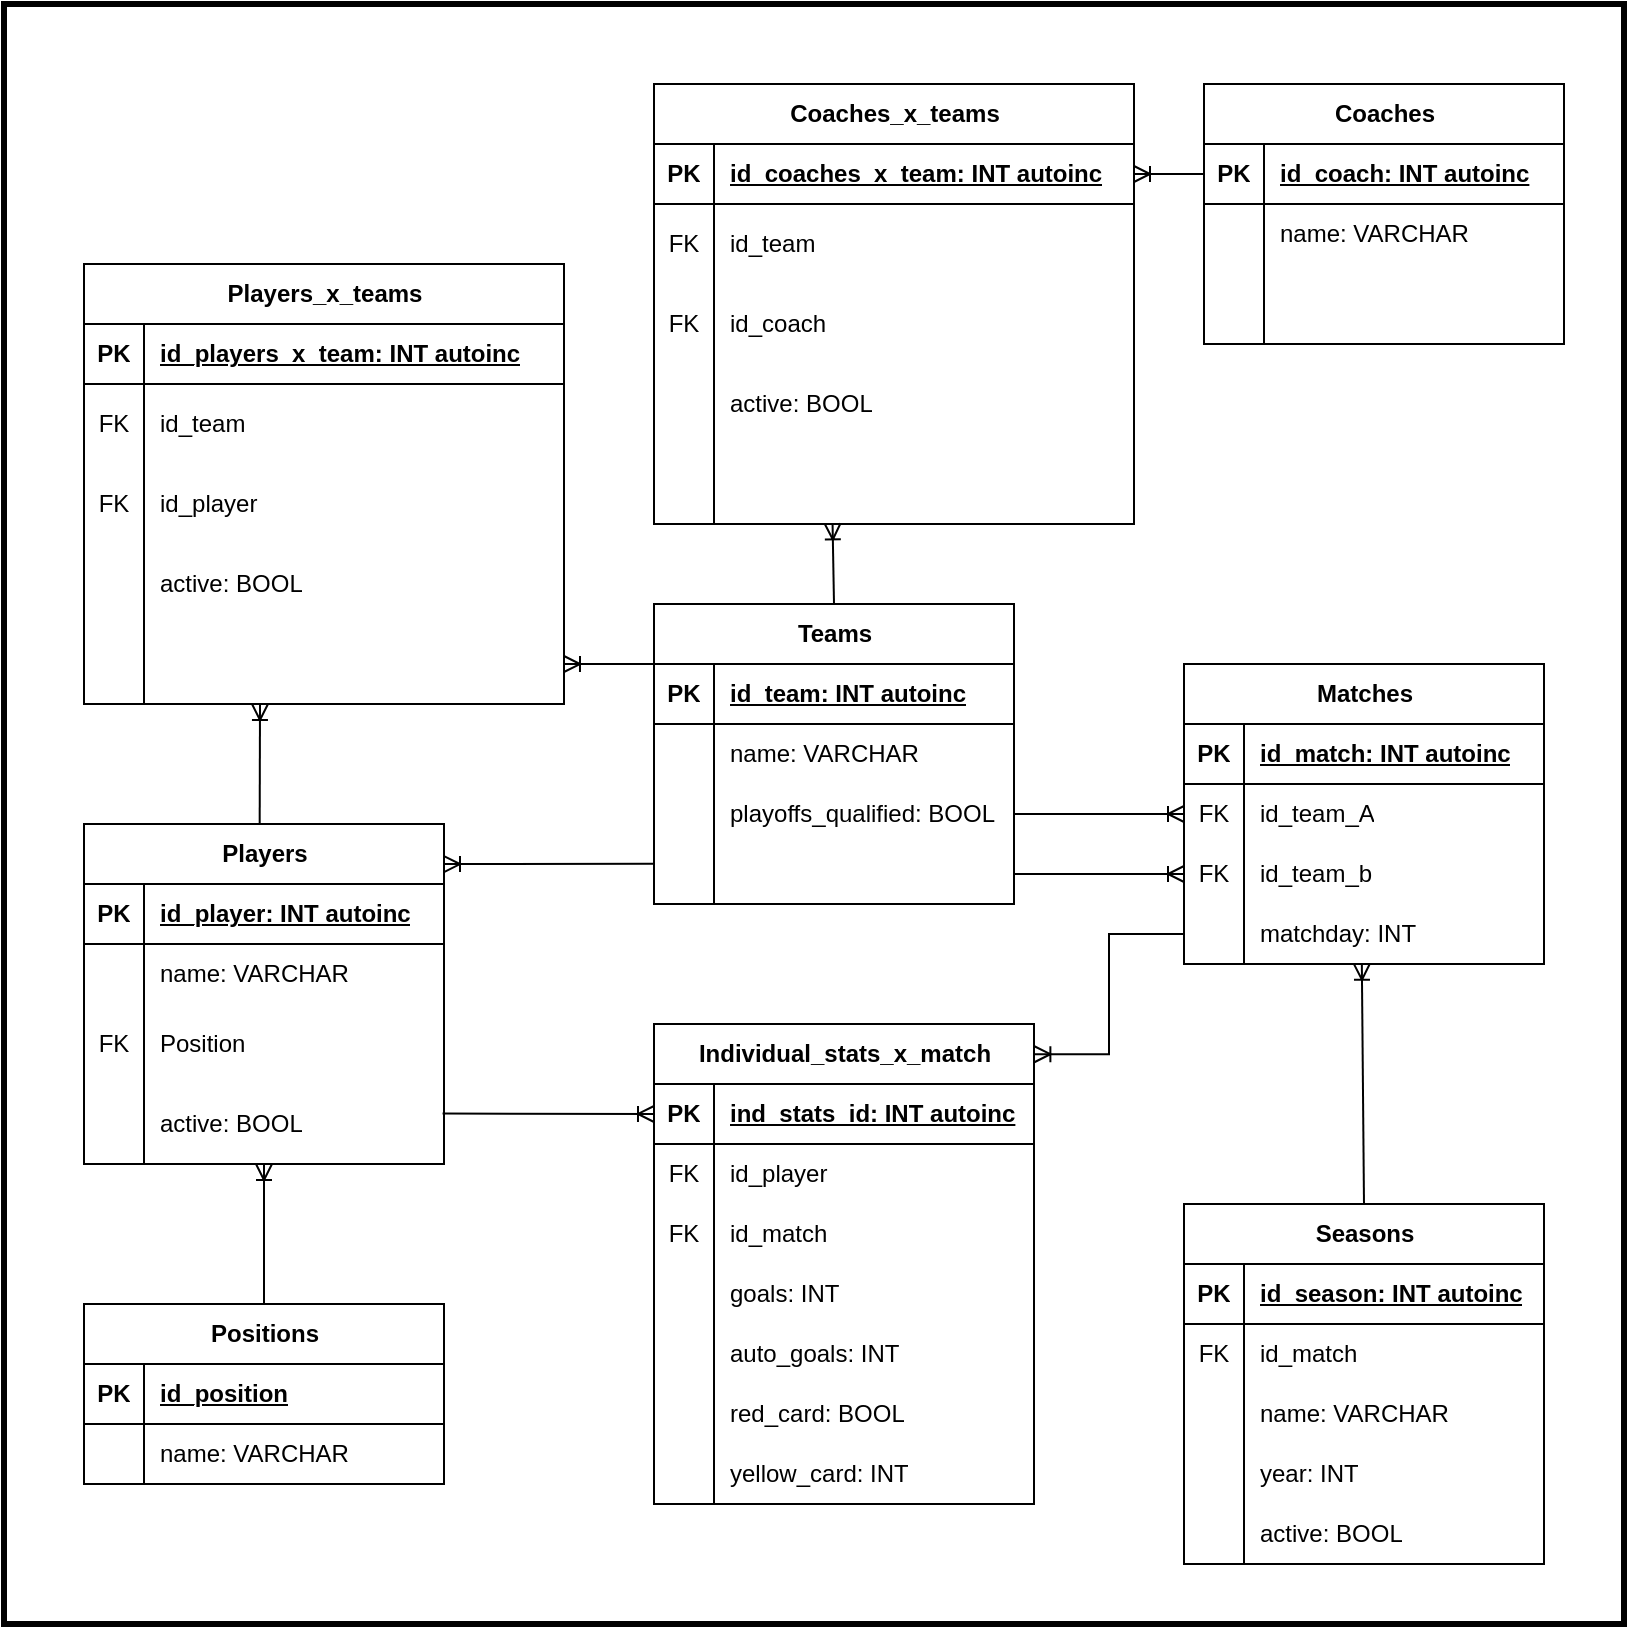
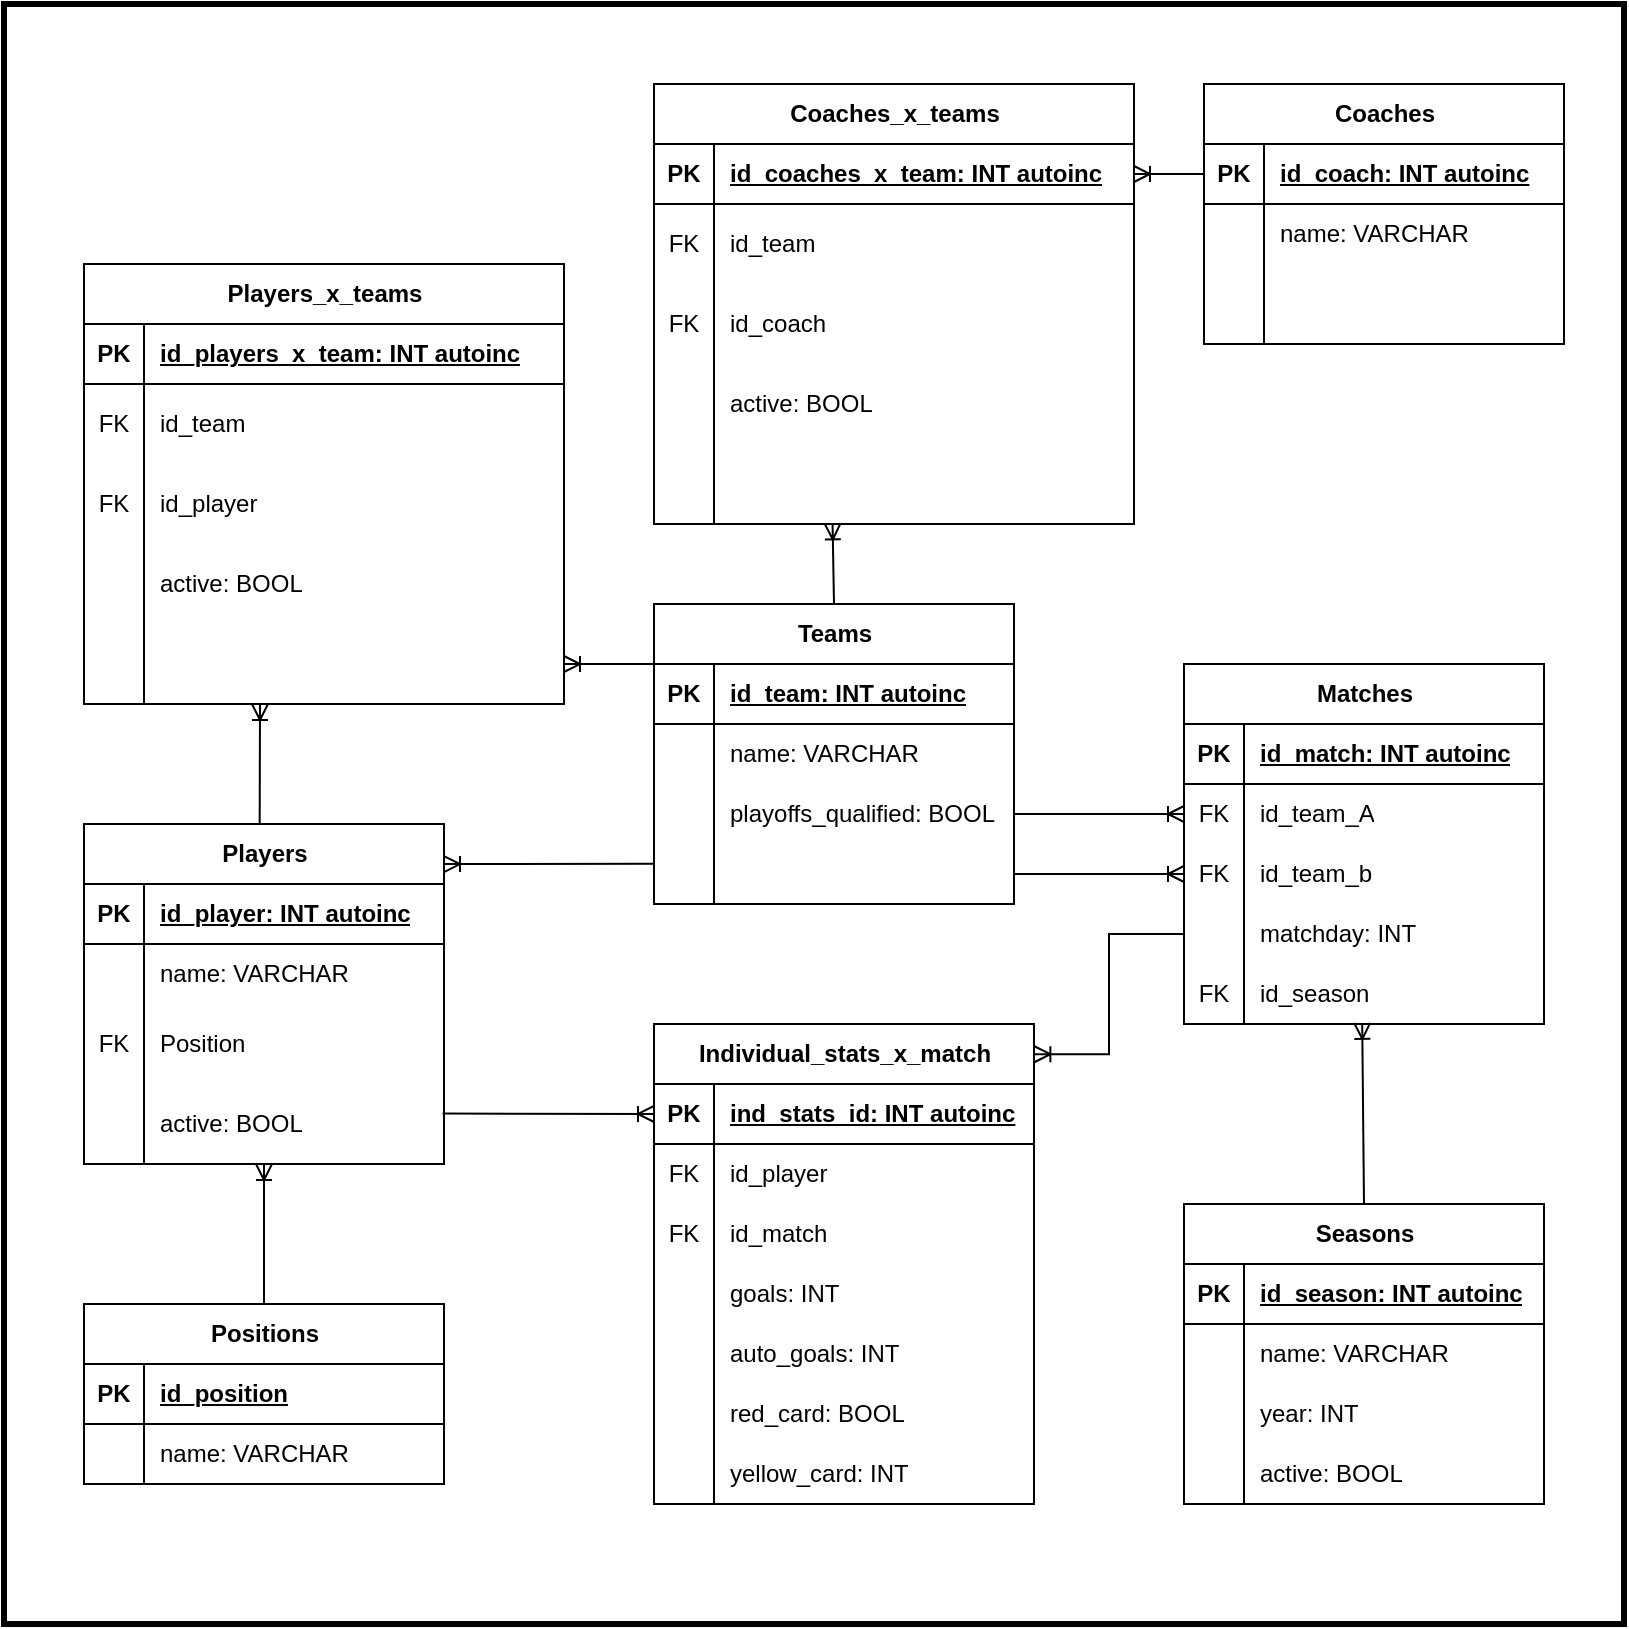
<mxfile host="app.diagrams.net" agent="Mozilla/5.0 (Windows NT 10.0; Win64; x64) AppleWebKit/537.36 (KHTML, like Gecko) Chrome/149.0.0.0 Safari/537.36">
  <diagram name="Página-1" id="vpO7m1MoRpcnGiFFmgYo">
-     <mxGraphModel dx="2544" dy="2106" grid="1" gridSize="10" guides="1" tooltips="1" connect="1" arrows="1" fold="1" page="1" pageScale="1" pageWidth="827" pageHeight="1169" math="0" shadow="0">
+     <mxGraphModel dx="2412" dy="2034" grid="1" gridSize="10" guides="1" tooltips="1" connect="1" arrows="1" fold="1" page="1" pageScale="1" pageWidth="827" pageHeight="1169" math="0" shadow="0">
      <root>
        <mxCell id="0" />
        <mxCell id="1" parent="0" />
        <mxCell id="COtlChf4i6fM39Zu02sT-69" parent="1" style="whiteSpace=wrap;html=1;aspect=fixed;fillColor=none;strokeWidth=3;strokeColor=light-dark(#000000,#FF3333);" value="" vertex="1">
          <mxGeometry height="810" width="810" x="-30" y="-270" as="geometry" />
        </mxCell>
        <mxCell id="N5nYl-CnnqvbXy01Apbg-4" parent="1" style="shape=table;startSize=30;container=1;collapsible=1;childLayout=tableLayout;fixedRows=1;rowLines=0;fontStyle=1;align=center;resizeLast=1;html=1;" value="Players" vertex="1">
          <mxGeometry height="170" width="180" x="10" y="140" as="geometry" />
        </mxCell>
        <mxCell id="N5nYl-CnnqvbXy01Apbg-5" parent="N5nYl-CnnqvbXy01Apbg-4" style="shape=tableRow;horizontal=0;startSize=0;swimlaneHead=0;swimlaneBody=0;fillColor=none;collapsible=0;dropTarget=0;points=[[0,0.5],[1,0.5]];portConstraint=eastwest;top=0;left=0;right=0;bottom=1;" value="" vertex="1">
          <mxGeometry height="30" width="180" y="30" as="geometry" />
        </mxCell>
        <mxCell id="N5nYl-CnnqvbXy01Apbg-6" parent="N5nYl-CnnqvbXy01Apbg-5" style="shape=partialRectangle;connectable=0;fillColor=none;top=0;left=0;bottom=0;right=0;fontStyle=1;overflow=hidden;whiteSpace=wrap;html=1;" value="PK" vertex="1">
          <mxGeometry height="30" width="30" as="geometry">
            <mxRectangle height="30" width="30" as="alternateBounds" />
          </mxGeometry>
        </mxCell>
        <mxCell id="N5nYl-CnnqvbXy01Apbg-7" parent="N5nYl-CnnqvbXy01Apbg-5" style="shape=partialRectangle;connectable=0;fillColor=none;top=0;left=0;bottom=0;right=0;align=left;spacingLeft=6;fontStyle=5;overflow=hidden;whiteSpace=wrap;html=1;" value="id_player: INT autoinc" vertex="1">
          <mxGeometry height="30" width="150" x="30" as="geometry">
            <mxRectangle height="30" width="150" as="alternateBounds" />
          </mxGeometry>
        </mxCell>
        <mxCell id="N5nYl-CnnqvbXy01Apbg-8" parent="N5nYl-CnnqvbXy01Apbg-4" style="shape=tableRow;horizontal=0;startSize=0;swimlaneHead=0;swimlaneBody=0;fillColor=none;collapsible=0;dropTarget=0;points=[[0,0.5],[1,0.5]];portConstraint=eastwest;top=0;left=0;right=0;bottom=0;" value="" vertex="1">
          <mxGeometry height="30" width="180" y="60" as="geometry" />
        </mxCell>
        <mxCell id="N5nYl-CnnqvbXy01Apbg-9" parent="N5nYl-CnnqvbXy01Apbg-8" style="shape=partialRectangle;connectable=0;fillColor=none;top=0;left=0;bottom=0;right=0;editable=1;overflow=hidden;whiteSpace=wrap;html=1;" value="" vertex="1">
          <mxGeometry height="30" width="30" as="geometry">
            <mxRectangle height="30" width="30" as="alternateBounds" />
          </mxGeometry>
        </mxCell>
        <mxCell id="N5nYl-CnnqvbXy01Apbg-10" parent="N5nYl-CnnqvbXy01Apbg-8" style="shape=partialRectangle;connectable=0;fillColor=none;top=0;left=0;bottom=0;right=0;align=left;spacingLeft=6;overflow=hidden;whiteSpace=wrap;html=1;" value="name: VARCHAR" vertex="1">
          <mxGeometry height="30" width="150" x="30" as="geometry">
            <mxRectangle height="30" width="150" as="alternateBounds" />
          </mxGeometry>
        </mxCell>
        <mxCell id="N5nYl-CnnqvbXy01Apbg-101" parent="N5nYl-CnnqvbXy01Apbg-4" style="shape=tableRow;horizontal=0;startSize=0;swimlaneHead=0;swimlaneBody=0;fillColor=none;collapsible=0;dropTarget=0;points=[[0,0.5],[1,0.5]];portConstraint=eastwest;top=0;left=0;right=0;bottom=0;" value="" vertex="1">
          <mxGeometry height="40" width="180" y="90" as="geometry" />
        </mxCell>
        <mxCell id="N5nYl-CnnqvbXy01Apbg-102" parent="N5nYl-CnnqvbXy01Apbg-101" style="shape=partialRectangle;connectable=0;fillColor=none;top=0;left=0;bottom=0;right=0;editable=1;overflow=hidden;whiteSpace=wrap;html=1;" value="FK" vertex="1">
          <mxGeometry height="40" width="30" as="geometry">
            <mxRectangle height="40" width="30" as="alternateBounds" />
          </mxGeometry>
        </mxCell>
        <mxCell id="N5nYl-CnnqvbXy01Apbg-103" parent="N5nYl-CnnqvbXy01Apbg-101" style="shape=partialRectangle;connectable=0;fillColor=none;top=0;left=0;bottom=0;right=0;align=left;spacingLeft=6;overflow=hidden;whiteSpace=wrap;html=1;" value="Position" vertex="1">
          <mxGeometry height="40" width="150" x="30" as="geometry">
            <mxRectangle height="40" width="150" as="alternateBounds" />
          </mxGeometry>
        </mxCell>
        <mxCell id="N5nYl-CnnqvbXy01Apbg-14" parent="N5nYl-CnnqvbXy01Apbg-4" style="shape=tableRow;horizontal=0;startSize=0;swimlaneHead=0;swimlaneBody=0;fillColor=none;collapsible=0;dropTarget=0;points=[[0,0.5],[1,0.5]];portConstraint=eastwest;top=0;left=0;right=0;bottom=0;" value="" vertex="1">
          <mxGeometry height="40" width="180" y="130" as="geometry" />
        </mxCell>
        <mxCell id="N5nYl-CnnqvbXy01Apbg-15" parent="N5nYl-CnnqvbXy01Apbg-14" style="shape=partialRectangle;connectable=0;fillColor=none;top=0;left=0;bottom=0;right=0;editable=1;overflow=hidden;whiteSpace=wrap;html=1;" value="" vertex="1">
          <mxGeometry height="40" width="30" as="geometry">
            <mxRectangle height="40" width="30" as="alternateBounds" />
          </mxGeometry>
        </mxCell>
        <mxCell id="N5nYl-CnnqvbXy01Apbg-16" parent="N5nYl-CnnqvbXy01Apbg-14" style="shape=partialRectangle;connectable=0;fillColor=none;top=0;left=0;bottom=0;right=0;align=left;spacingLeft=6;overflow=hidden;whiteSpace=wrap;html=1;" value="active: BOOL" vertex="1">
          <mxGeometry height="40" width="150" x="30" as="geometry">
            <mxRectangle height="40" width="150" as="alternateBounds" />
          </mxGeometry>
        </mxCell>
        <mxCell id="N5nYl-CnnqvbXy01Apbg-17" parent="1" style="shape=table;startSize=30;container=1;collapsible=1;childLayout=tableLayout;fixedRows=1;rowLines=0;fontStyle=1;align=center;resizeLast=1;html=1;" value="Teams" vertex="1">
          <mxGeometry height="150" width="180" x="295" y="30" as="geometry" />
        </mxCell>
        <mxCell id="N5nYl-CnnqvbXy01Apbg-18" parent="N5nYl-CnnqvbXy01Apbg-17" style="shape=tableRow;horizontal=0;startSize=0;swimlaneHead=0;swimlaneBody=0;fillColor=none;collapsible=0;dropTarget=0;points=[[0,0.5],[1,0.5]];portConstraint=eastwest;top=0;left=0;right=0;bottom=1;" value="" vertex="1">
          <mxGeometry height="30" width="180" y="30" as="geometry" />
        </mxCell>
        <mxCell id="N5nYl-CnnqvbXy01Apbg-19" parent="N5nYl-CnnqvbXy01Apbg-18" style="shape=partialRectangle;connectable=0;fillColor=none;top=0;left=0;bottom=0;right=0;fontStyle=1;overflow=hidden;whiteSpace=wrap;html=1;" value="PK" vertex="1">
          <mxGeometry height="30" width="30" as="geometry">
            <mxRectangle height="30" width="30" as="alternateBounds" />
          </mxGeometry>
        </mxCell>
        <mxCell id="N5nYl-CnnqvbXy01Apbg-20" parent="N5nYl-CnnqvbXy01Apbg-18" style="shape=partialRectangle;connectable=0;fillColor=none;top=0;left=0;bottom=0;right=0;align=left;spacingLeft=6;fontStyle=5;overflow=hidden;whiteSpace=wrap;html=1;" value="id_team: INT autoinc" vertex="1">
          <mxGeometry height="30" width="150" x="30" as="geometry">
            <mxRectangle height="30" width="150" as="alternateBounds" />
          </mxGeometry>
        </mxCell>
        <mxCell id="N5nYl-CnnqvbXy01Apbg-21" parent="N5nYl-CnnqvbXy01Apbg-17" style="shape=tableRow;horizontal=0;startSize=0;swimlaneHead=0;swimlaneBody=0;fillColor=none;collapsible=0;dropTarget=0;points=[[0,0.5],[1,0.5]];portConstraint=eastwest;top=0;left=0;right=0;bottom=0;" value="" vertex="1">
          <mxGeometry height="30" width="180" y="60" as="geometry" />
        </mxCell>
        <mxCell id="N5nYl-CnnqvbXy01Apbg-22" parent="N5nYl-CnnqvbXy01Apbg-21" style="shape=partialRectangle;connectable=0;fillColor=none;top=0;left=0;bottom=0;right=0;editable=1;overflow=hidden;whiteSpace=wrap;html=1;" value="" vertex="1">
          <mxGeometry height="30" width="30" as="geometry">
            <mxRectangle height="30" width="30" as="alternateBounds" />
          </mxGeometry>
        </mxCell>
        <mxCell id="N5nYl-CnnqvbXy01Apbg-23" parent="N5nYl-CnnqvbXy01Apbg-21" style="shape=partialRectangle;connectable=0;fillColor=none;top=0;left=0;bottom=0;right=0;align=left;spacingLeft=6;overflow=hidden;whiteSpace=wrap;html=1;" value="name: VARCHAR" vertex="1">
          <mxGeometry height="30" width="150" x="30" as="geometry">
            <mxRectangle height="30" width="150" as="alternateBounds" />
          </mxGeometry>
        </mxCell>
        <mxCell id="N5nYl-CnnqvbXy01Apbg-24" parent="N5nYl-CnnqvbXy01Apbg-17" style="shape=tableRow;horizontal=0;startSize=0;swimlaneHead=0;swimlaneBody=0;fillColor=none;collapsible=0;dropTarget=0;points=[[0,0.5],[1,0.5]];portConstraint=eastwest;top=0;left=0;right=0;bottom=0;" value="" vertex="1">
          <mxGeometry height="30" width="180" y="90" as="geometry" />
        </mxCell>
        <mxCell id="N5nYl-CnnqvbXy01Apbg-25" parent="N5nYl-CnnqvbXy01Apbg-24" style="shape=partialRectangle;connectable=0;fillColor=none;top=0;left=0;bottom=0;right=0;editable=1;overflow=hidden;whiteSpace=wrap;html=1;" value="" vertex="1">
          <mxGeometry height="30" width="30" as="geometry">
            <mxRectangle height="30" width="30" as="alternateBounds" />
          </mxGeometry>
        </mxCell>
        <mxCell id="N5nYl-CnnqvbXy01Apbg-26" parent="N5nYl-CnnqvbXy01Apbg-24" style="shape=partialRectangle;connectable=0;fillColor=none;top=0;left=0;bottom=0;right=0;align=left;spacingLeft=6;overflow=hidden;whiteSpace=wrap;html=1;" value="playoffs_qualified: BOOL" vertex="1">
          <mxGeometry height="30" width="150" x="30" as="geometry">
            <mxRectangle height="30" width="150" as="alternateBounds" />
          </mxGeometry>
        </mxCell>
        <mxCell id="N5nYl-CnnqvbXy01Apbg-27" parent="N5nYl-CnnqvbXy01Apbg-17" style="shape=tableRow;horizontal=0;startSize=0;swimlaneHead=0;swimlaneBody=0;fillColor=none;collapsible=0;dropTarget=0;points=[[0,0.5],[1,0.5]];portConstraint=eastwest;top=0;left=0;right=0;bottom=0;" value="" vertex="1">
          <mxGeometry height="30" width="180" y="120" as="geometry" />
        </mxCell>
        <mxCell id="N5nYl-CnnqvbXy01Apbg-28" parent="N5nYl-CnnqvbXy01Apbg-27" style="shape=partialRectangle;connectable=0;fillColor=none;top=0;left=0;bottom=0;right=0;editable=1;overflow=hidden;whiteSpace=wrap;html=1;" value="" vertex="1">
          <mxGeometry height="30" width="30" as="geometry">
            <mxRectangle height="30" width="30" as="alternateBounds" />
          </mxGeometry>
        </mxCell>
        <mxCell id="N5nYl-CnnqvbXy01Apbg-29" parent="N5nYl-CnnqvbXy01Apbg-27" style="shape=partialRectangle;connectable=0;fillColor=none;top=0;left=0;bottom=0;right=0;align=left;spacingLeft=6;overflow=hidden;whiteSpace=wrap;html=1;" value="" vertex="1">
          <mxGeometry height="30" width="150" x="30" as="geometry">
            <mxRectangle height="30" width="150" as="alternateBounds" />
          </mxGeometry>
        </mxCell>
        <mxCell id="N5nYl-CnnqvbXy01Apbg-30" parent="1" style="shape=table;startSize=30;container=1;collapsible=1;childLayout=tableLayout;fixedRows=1;rowLines=0;fontStyle=1;align=center;resizeLast=1;html=1;" value="Matches" vertex="1">
-           <mxGeometry height="150" width="180" x="560" y="60" as="geometry" />
+           <mxGeometry height="180" width="180" x="560" y="60" as="geometry" />
        </mxCell>
        <mxCell id="N5nYl-CnnqvbXy01Apbg-31" parent="N5nYl-CnnqvbXy01Apbg-30" style="shape=tableRow;horizontal=0;startSize=0;swimlaneHead=0;swimlaneBody=0;fillColor=none;collapsible=0;dropTarget=0;points=[[0,0.5],[1,0.5]];portConstraint=eastwest;top=0;left=0;right=0;bottom=1;" value="" vertex="1">
          <mxGeometry height="30" width="180" y="30" as="geometry" />
        </mxCell>
        <mxCell id="N5nYl-CnnqvbXy01Apbg-32" parent="N5nYl-CnnqvbXy01Apbg-31" style="shape=partialRectangle;connectable=0;fillColor=none;top=0;left=0;bottom=0;right=0;fontStyle=1;overflow=hidden;whiteSpace=wrap;html=1;" value="PK" vertex="1">
          <mxGeometry height="30" width="30" as="geometry">
            <mxRectangle height="30" width="30" as="alternateBounds" />
          </mxGeometry>
        </mxCell>
        <mxCell id="N5nYl-CnnqvbXy01Apbg-33" parent="N5nYl-CnnqvbXy01Apbg-31" style="shape=partialRectangle;connectable=0;fillColor=none;top=0;left=0;bottom=0;right=0;align=left;spacingLeft=6;fontStyle=5;overflow=hidden;whiteSpace=wrap;html=1;" value="id_match: INT autoinc" vertex="1">
          <mxGeometry height="30" width="150" x="30" as="geometry">
            <mxRectangle height="30" width="150" as="alternateBounds" />
          </mxGeometry>
        </mxCell>
        <mxCell id="N5nYl-CnnqvbXy01Apbg-34" parent="N5nYl-CnnqvbXy01Apbg-30" style="shape=tableRow;horizontal=0;startSize=0;swimlaneHead=0;swimlaneBody=0;fillColor=none;collapsible=0;dropTarget=0;points=[[0,0.5],[1,0.5]];portConstraint=eastwest;top=0;left=0;right=0;bottom=0;" value="" vertex="1">
          <mxGeometry height="30" width="180" y="60" as="geometry" />
        </mxCell>
        <mxCell id="N5nYl-CnnqvbXy01Apbg-35" parent="N5nYl-CnnqvbXy01Apbg-34" style="shape=partialRectangle;connectable=0;fillColor=none;top=0;left=0;bottom=0;right=0;editable=1;overflow=hidden;whiteSpace=wrap;html=1;" value="FK" vertex="1">
          <mxGeometry height="30" width="30" as="geometry">
            <mxRectangle height="30" width="30" as="alternateBounds" />
          </mxGeometry>
        </mxCell>
        <mxCell id="N5nYl-CnnqvbXy01Apbg-36" parent="N5nYl-CnnqvbXy01Apbg-34" style="shape=partialRectangle;connectable=0;fillColor=none;top=0;left=0;bottom=0;right=0;align=left;spacingLeft=6;overflow=hidden;whiteSpace=wrap;html=1;" value="id_team_A" vertex="1">
          <mxGeometry height="30" width="150" x="30" as="geometry">
            <mxRectangle height="30" width="150" as="alternateBounds" />
          </mxGeometry>
        </mxCell>
        <mxCell id="N5nYl-CnnqvbXy01Apbg-37" parent="N5nYl-CnnqvbXy01Apbg-30" style="shape=tableRow;horizontal=0;startSize=0;swimlaneHead=0;swimlaneBody=0;fillColor=none;collapsible=0;dropTarget=0;points=[[0,0.5],[1,0.5]];portConstraint=eastwest;top=0;left=0;right=0;bottom=0;" value="" vertex="1">
          <mxGeometry height="30" width="180" y="90" as="geometry" />
        </mxCell>
        <mxCell id="N5nYl-CnnqvbXy01Apbg-38" parent="N5nYl-CnnqvbXy01Apbg-37" style="shape=partialRectangle;connectable=0;fillColor=none;top=0;left=0;bottom=0;right=0;editable=1;overflow=hidden;whiteSpace=wrap;html=1;" value="FK" vertex="1">
          <mxGeometry height="30" width="30" as="geometry">
            <mxRectangle height="30" width="30" as="alternateBounds" />
          </mxGeometry>
        </mxCell>
        <mxCell id="N5nYl-CnnqvbXy01Apbg-39" parent="N5nYl-CnnqvbXy01Apbg-37" style="shape=partialRectangle;connectable=0;fillColor=none;top=0;left=0;bottom=0;right=0;align=left;spacingLeft=6;overflow=hidden;whiteSpace=wrap;html=1;" value="id_team_b" vertex="1">
          <mxGeometry height="30" width="150" x="30" as="geometry">
            <mxRectangle height="30" width="150" as="alternateBounds" />
          </mxGeometry>
        </mxCell>
        <mxCell id="N5nYl-CnnqvbXy01Apbg-111" parent="N5nYl-CnnqvbXy01Apbg-30" style="shape=tableRow;horizontal=0;startSize=0;swimlaneHead=0;swimlaneBody=0;fillColor=none;collapsible=0;dropTarget=0;points=[[0,0.5],[1,0.5]];portConstraint=eastwest;top=0;left=0;right=0;bottom=0;" value="" vertex="1">
          <mxGeometry height="30" width="180" y="120" as="geometry" />
        </mxCell>
        <mxCell id="N5nYl-CnnqvbXy01Apbg-112" parent="N5nYl-CnnqvbXy01Apbg-111" style="shape=partialRectangle;connectable=0;fillColor=none;top=0;left=0;bottom=0;right=0;editable=1;overflow=hidden;whiteSpace=wrap;html=1;" value="" vertex="1">
          <mxGeometry height="30" width="30" as="geometry">
            <mxRectangle height="30" width="30" as="alternateBounds" />
          </mxGeometry>
        </mxCell>
        <mxCell id="N5nYl-CnnqvbXy01Apbg-113" parent="N5nYl-CnnqvbXy01Apbg-111" style="shape=partialRectangle;connectable=0;fillColor=none;top=0;left=0;bottom=0;right=0;align=left;spacingLeft=6;overflow=hidden;whiteSpace=wrap;html=1;" value="matchday: INT" vertex="1">
+           <mxGeometry height="30" width="150" x="30" as="geometry">
+             <mxRectangle height="30" width="150" as="alternateBounds" />
+           </mxGeometry>
+         </mxCell>
+         <mxCell id="COtlChf4i6fM39Zu02sT-73" parent="N5nYl-CnnqvbXy01Apbg-30" style="shape=tableRow;horizontal=0;startSize=0;swimlaneHead=0;swimlaneBody=0;fillColor=none;collapsible=0;dropTarget=0;points=[[0,0.5],[1,0.5]];portConstraint=eastwest;top=0;left=0;right=0;bottom=0;" value="" vertex="1">
+           <mxGeometry height="30" width="180" y="150" as="geometry" />
+         </mxCell>
+         <mxCell id="COtlChf4i6fM39Zu02sT-74" parent="COtlChf4i6fM39Zu02sT-73" style="shape=partialRectangle;connectable=0;fillColor=none;top=0;left=0;bottom=0;right=0;editable=1;overflow=hidden;whiteSpace=wrap;html=1;" value="FK" vertex="1">
+           <mxGeometry height="30" width="30" as="geometry">
+             <mxRectangle height="30" width="30" as="alternateBounds" />
+           </mxGeometry>
+         </mxCell>
+         <mxCell id="COtlChf4i6fM39Zu02sT-75" parent="COtlChf4i6fM39Zu02sT-73" style="shape=partialRectangle;connectable=0;fillColor=none;top=0;left=0;bottom=0;right=0;align=left;spacingLeft=6;overflow=hidden;whiteSpace=wrap;html=1;" value="id_season" vertex="1">
          <mxGeometry height="30" width="150" x="30" as="geometry">
            <mxRectangle height="30" width="150" as="alternateBounds" />
          </mxGeometry>
        </mxCell>
        <mxCell id="N5nYl-CnnqvbXy01Apbg-71" parent="1" style="shape=tableRow;horizontal=0;startSize=0;swimlaneHead=0;swimlaneBody=0;fillColor=none;collapsible=0;dropTarget=0;points=[[0,0.5],[1,0.5]];portConstraint=eastwest;top=0;left=0;right=0;bottom=0;" value="" vertex="1">
          <mxGeometry height="40" width="180" x="440" y="260" as="geometry" />
        </mxCell>
        <mxCell id="N5nYl-CnnqvbXy01Apbg-85" parent="1" style="shape=table;startSize=30;container=1;collapsible=1;childLayout=tableLayout;fixedRows=1;rowLines=0;fontStyle=1;align=center;resizeLast=1;html=1;" value="Positions" vertex="1">
          <mxGeometry height="90" width="180" x="10" y="380" as="geometry" />
        </mxCell>
        <mxCell id="N5nYl-CnnqvbXy01Apbg-86" parent="N5nYl-CnnqvbXy01Apbg-85" style="shape=tableRow;horizontal=0;startSize=0;swimlaneHead=0;swimlaneBody=0;fillColor=none;collapsible=0;dropTarget=0;points=[[0,0.5],[1,0.5]];portConstraint=eastwest;top=0;left=0;right=0;bottom=1;" value="" vertex="1">
          <mxGeometry height="30" width="180" y="30" as="geometry" />
        </mxCell>
        <mxCell id="N5nYl-CnnqvbXy01Apbg-87" parent="N5nYl-CnnqvbXy01Apbg-86" style="shape=partialRectangle;connectable=0;fillColor=none;top=0;left=0;bottom=0;right=0;fontStyle=1;overflow=hidden;whiteSpace=wrap;html=1;" value="PK" vertex="1">
          <mxGeometry height="30" width="30" as="geometry">
            <mxRectangle height="30" width="30" as="alternateBounds" />
          </mxGeometry>
        </mxCell>
        <mxCell id="N5nYl-CnnqvbXy01Apbg-88" parent="N5nYl-CnnqvbXy01Apbg-86" style="shape=partialRectangle;connectable=0;fillColor=none;top=0;left=0;bottom=0;right=0;align=left;spacingLeft=6;fontStyle=5;overflow=hidden;whiteSpace=wrap;html=1;" value="id_position" vertex="1">
          <mxGeometry height="30" width="150" x="30" as="geometry">
            <mxRectangle height="30" width="150" as="alternateBounds" />
          </mxGeometry>
        </mxCell>
        <mxCell id="N5nYl-CnnqvbXy01Apbg-89" parent="N5nYl-CnnqvbXy01Apbg-85" style="shape=tableRow;horizontal=0;startSize=0;swimlaneHead=0;swimlaneBody=0;fillColor=none;collapsible=0;dropTarget=0;points=[[0,0.5],[1,0.5]];portConstraint=eastwest;top=0;left=0;right=0;bottom=0;" value="" vertex="1">
          <mxGeometry height="30" width="180" y="60" as="geometry" />
        </mxCell>
        <mxCell id="N5nYl-CnnqvbXy01Apbg-90" parent="N5nYl-CnnqvbXy01Apbg-89" style="shape=partialRectangle;connectable=0;fillColor=none;top=0;left=0;bottom=0;right=0;editable=1;overflow=hidden;whiteSpace=wrap;html=1;" value="" vertex="1">
          <mxGeometry height="30" width="30" as="geometry">
            <mxRectangle height="30" width="30" as="alternateBounds" />
          </mxGeometry>
        </mxCell>
        <mxCell id="N5nYl-CnnqvbXy01Apbg-91" parent="N5nYl-CnnqvbXy01Apbg-89" style="shape=partialRectangle;connectable=0;fillColor=none;top=0;left=0;bottom=0;right=0;align=left;spacingLeft=6;overflow=hidden;whiteSpace=wrap;html=1;" value="name: VARCHAR" vertex="1">
          <mxGeometry height="30" width="150" x="30" as="geometry">
            <mxRectangle height="30" width="150" as="alternateBounds" />
          </mxGeometry>
        </mxCell>
        <mxCell id="N5nYl-CnnqvbXy01Apbg-106" edge="1" parent="1" source="N5nYl-CnnqvbXy01Apbg-85" style="fontSize=12;html=1;endArrow=ERoneToMany;rounded=0;exitX=0.5;exitY=0;exitDx=0;exitDy=0;" value="">
          <mxGeometry height="100" relative="1" width="100" as="geometry">
            <mxPoint x="100" y="380" as="sourcePoint" />
            <mxPoint x="100" y="310" as="targetPoint" />
          </mxGeometry>
        </mxCell>
        <mxCell id="N5nYl-CnnqvbXy01Apbg-109" edge="1" parent="1" source="N5nYl-CnnqvbXy01Apbg-24" style="fontSize=12;html=1;endArrow=ERoneToMany;rounded=0;entryX=0;entryY=0.5;entryDx=0;entryDy=0;exitX=1;exitY=0.5;exitDx=0;exitDy=0;" target="N5nYl-CnnqvbXy01Apbg-34" value="">
          <mxGeometry height="100" relative="1" width="100" as="geometry">
            <mxPoint x="500" y="160" as="sourcePoint" />
            <mxPoint x="530" y="340" as="targetPoint" />
          </mxGeometry>
        </mxCell>
        <mxCell id="N5nYl-CnnqvbXy01Apbg-110" edge="1" parent="1" source="N5nYl-CnnqvbXy01Apbg-27" style="fontSize=12;html=1;endArrow=ERoneToMany;rounded=0;exitX=0.001;exitY=0.33;exitDx=0;exitDy=0;entryX=1;entryY=0.118;entryDx=0;entryDy=0;entryPerimeter=0;exitPerimeter=0;" target="N5nYl-CnnqvbXy01Apbg-4" value="">
          <mxGeometry height="100" relative="1" width="100" as="geometry">
            <mxPoint x="180" y="160" as="sourcePoint" />
            <mxPoint x="200" y="180" as="targetPoint" />
          </mxGeometry>
        </mxCell>
        <mxCell id="N5nYl-CnnqvbXy01Apbg-114" parent="1" style="shape=table;startSize=30;container=1;collapsible=1;childLayout=tableLayout;fixedRows=1;rowLines=0;fontStyle=1;align=center;resizeLast=1;html=1;" value="Individual_stats_x_match" vertex="1">
          <mxGeometry height="240" width="190" x="295" y="240" as="geometry" />
        </mxCell>
        <mxCell id="N5nYl-CnnqvbXy01Apbg-115" parent="N5nYl-CnnqvbXy01Apbg-114" style="shape=tableRow;horizontal=0;startSize=0;swimlaneHead=0;swimlaneBody=0;fillColor=none;collapsible=0;dropTarget=0;points=[[0,0.5],[1,0.5]];portConstraint=eastwest;top=0;left=0;right=0;bottom=1;" value="" vertex="1">
          <mxGeometry height="30" width="190" y="30" as="geometry" />
        </mxCell>
        <mxCell id="N5nYl-CnnqvbXy01Apbg-116" parent="N5nYl-CnnqvbXy01Apbg-115" style="shape=partialRectangle;connectable=0;fillColor=none;top=0;left=0;bottom=0;right=0;fontStyle=1;overflow=hidden;whiteSpace=wrap;html=1;" value="PK" vertex="1">
          <mxGeometry height="30" width="30" as="geometry">
            <mxRectangle height="30" width="30" as="alternateBounds" />
          </mxGeometry>
        </mxCell>
        <mxCell id="N5nYl-CnnqvbXy01Apbg-117" parent="N5nYl-CnnqvbXy01Apbg-115" style="shape=partialRectangle;connectable=0;fillColor=none;top=0;left=0;bottom=0;right=0;align=left;spacingLeft=6;fontStyle=5;overflow=hidden;whiteSpace=wrap;html=1;" value="ind_stats_id: INT autoinc" vertex="1">
          <mxGeometry height="30" width="160" x="30" as="geometry">
            <mxRectangle height="30" width="160" as="alternateBounds" />
          </mxGeometry>
        </mxCell>
        <mxCell id="N5nYl-CnnqvbXy01Apbg-118" parent="N5nYl-CnnqvbXy01Apbg-114" style="shape=tableRow;horizontal=0;startSize=0;swimlaneHead=0;swimlaneBody=0;fillColor=none;collapsible=0;dropTarget=0;points=[[0,0.5],[1,0.5]];portConstraint=eastwest;top=0;left=0;right=0;bottom=0;" value="" vertex="1">
          <mxGeometry height="30" width="190" y="60" as="geometry" />
        </mxCell>
        <mxCell id="N5nYl-CnnqvbXy01Apbg-119" parent="N5nYl-CnnqvbXy01Apbg-118" style="shape=partialRectangle;connectable=0;fillColor=none;top=0;left=0;bottom=0;right=0;editable=1;overflow=hidden;whiteSpace=wrap;html=1;" value="FK" vertex="1">
          <mxGeometry height="30" width="30" as="geometry">
            <mxRectangle height="30" width="30" as="alternateBounds" />
          </mxGeometry>
        </mxCell>
        <mxCell id="N5nYl-CnnqvbXy01Apbg-120" parent="N5nYl-CnnqvbXy01Apbg-118" style="shape=partialRectangle;connectable=0;fillColor=none;top=0;left=0;bottom=0;right=0;align=left;spacingLeft=6;overflow=hidden;whiteSpace=wrap;html=1;" value="id_player" vertex="1">
          <mxGeometry height="30" width="160" x="30" as="geometry">
            <mxRectangle height="30" width="160" as="alternateBounds" />
          </mxGeometry>
        </mxCell>
        <mxCell id="N5nYl-CnnqvbXy01Apbg-121" parent="N5nYl-CnnqvbXy01Apbg-114" style="shape=tableRow;horizontal=0;startSize=0;swimlaneHead=0;swimlaneBody=0;fillColor=none;collapsible=0;dropTarget=0;points=[[0,0.5],[1,0.5]];portConstraint=eastwest;top=0;left=0;right=0;bottom=0;" value="" vertex="1">
          <mxGeometry height="30" width="190" y="90" as="geometry" />
        </mxCell>
        <mxCell id="N5nYl-CnnqvbXy01Apbg-122" parent="N5nYl-CnnqvbXy01Apbg-121" style="shape=partialRectangle;connectable=0;fillColor=none;top=0;left=0;bottom=0;right=0;editable=1;overflow=hidden;whiteSpace=wrap;html=1;" value="FK" vertex="1">
          <mxGeometry height="30" width="30" as="geometry">
            <mxRectangle height="30" width="30" as="alternateBounds" />
          </mxGeometry>
        </mxCell>
        <mxCell id="N5nYl-CnnqvbXy01Apbg-123" parent="N5nYl-CnnqvbXy01Apbg-121" style="shape=partialRectangle;connectable=0;fillColor=none;top=0;left=0;bottom=0;right=0;align=left;spacingLeft=6;overflow=hidden;whiteSpace=wrap;html=1;" value="id_match" vertex="1">
          <mxGeometry height="30" width="160" x="30" as="geometry">
            <mxRectangle height="30" width="160" as="alternateBounds" />
          </mxGeometry>
        </mxCell>
        <mxCell id="N5nYl-CnnqvbXy01Apbg-138" parent="N5nYl-CnnqvbXy01Apbg-114" style="shape=tableRow;horizontal=0;startSize=0;swimlaneHead=0;swimlaneBody=0;fillColor=none;collapsible=0;dropTarget=0;points=[[0,0.5],[1,0.5]];portConstraint=eastwest;top=0;left=0;right=0;bottom=0;" value="" vertex="1">
          <mxGeometry height="30" width="190" y="120" as="geometry" />
        </mxCell>
        <mxCell id="N5nYl-CnnqvbXy01Apbg-139" parent="N5nYl-CnnqvbXy01Apbg-138" style="shape=partialRectangle;connectable=0;fillColor=none;top=0;left=0;bottom=0;right=0;editable=1;overflow=hidden;whiteSpace=wrap;html=1;" value="" vertex="1">
          <mxGeometry height="30" width="30" as="geometry">
            <mxRectangle height="30" width="30" as="alternateBounds" />
          </mxGeometry>
        </mxCell>
        <mxCell id="N5nYl-CnnqvbXy01Apbg-140" parent="N5nYl-CnnqvbXy01Apbg-138" style="shape=partialRectangle;connectable=0;fillColor=none;top=0;left=0;bottom=0;right=0;align=left;spacingLeft=6;overflow=hidden;whiteSpace=wrap;html=1;" value="goals: INT" vertex="1">
          <mxGeometry height="30" width="160" x="30" as="geometry">
            <mxRectangle height="30" width="160" as="alternateBounds" />
          </mxGeometry>
        </mxCell>
        <mxCell id="N5nYl-CnnqvbXy01Apbg-132" parent="N5nYl-CnnqvbXy01Apbg-114" style="shape=tableRow;horizontal=0;startSize=0;swimlaneHead=0;swimlaneBody=0;fillColor=none;collapsible=0;dropTarget=0;points=[[0,0.5],[1,0.5]];portConstraint=eastwest;top=0;left=0;right=0;bottom=0;" value="" vertex="1">
          <mxGeometry height="30" width="190" y="150" as="geometry" />
        </mxCell>
        <mxCell id="N5nYl-CnnqvbXy01Apbg-133" parent="N5nYl-CnnqvbXy01Apbg-132" style="shape=partialRectangle;connectable=0;fillColor=none;top=0;left=0;bottom=0;right=0;editable=1;overflow=hidden;whiteSpace=wrap;html=1;" value="" vertex="1">
          <mxGeometry height="30" width="30" as="geometry">
            <mxRectangle height="30" width="30" as="alternateBounds" />
          </mxGeometry>
        </mxCell>
        <mxCell id="N5nYl-CnnqvbXy01Apbg-134" parent="N5nYl-CnnqvbXy01Apbg-132" style="shape=partialRectangle;connectable=0;fillColor=none;top=0;left=0;bottom=0;right=0;align=left;spacingLeft=6;overflow=hidden;whiteSpace=wrap;html=1;" value="auto_goals: INT" vertex="1">
          <mxGeometry height="30" width="160" x="30" as="geometry">
            <mxRectangle height="30" width="160" as="alternateBounds" />
          </mxGeometry>
        </mxCell>
        <mxCell id="N5nYl-CnnqvbXy01Apbg-135" parent="N5nYl-CnnqvbXy01Apbg-114" style="shape=tableRow;horizontal=0;startSize=0;swimlaneHead=0;swimlaneBody=0;fillColor=none;collapsible=0;dropTarget=0;points=[[0,0.5],[1,0.5]];portConstraint=eastwest;top=0;left=0;right=0;bottom=0;" value="" vertex="1">
          <mxGeometry height="30" width="190" y="180" as="geometry" />
        </mxCell>
        <mxCell id="N5nYl-CnnqvbXy01Apbg-136" parent="N5nYl-CnnqvbXy01Apbg-135" style="shape=partialRectangle;connectable=0;fillColor=none;top=0;left=0;bottom=0;right=0;editable=1;overflow=hidden;whiteSpace=wrap;html=1;" value="" vertex="1">
          <mxGeometry height="30" width="30" as="geometry">
            <mxRectangle height="30" width="30" as="alternateBounds" />
          </mxGeometry>
        </mxCell>
        <mxCell id="N5nYl-CnnqvbXy01Apbg-137" parent="N5nYl-CnnqvbXy01Apbg-135" style="shape=partialRectangle;connectable=0;fillColor=none;top=0;left=0;bottom=0;right=0;align=left;spacingLeft=6;overflow=hidden;whiteSpace=wrap;html=1;" value="red_card: BOOL" vertex="1">
          <mxGeometry height="30" width="160" x="30" as="geometry">
            <mxRectangle height="30" width="160" as="alternateBounds" />
          </mxGeometry>
        </mxCell>
        <mxCell id="N5nYl-CnnqvbXy01Apbg-124" parent="N5nYl-CnnqvbXy01Apbg-114" style="shape=tableRow;horizontal=0;startSize=0;swimlaneHead=0;swimlaneBody=0;fillColor=none;collapsible=0;dropTarget=0;points=[[0,0.5],[1,0.5]];portConstraint=eastwest;top=0;left=0;right=0;bottom=0;" value="" vertex="1">
          <mxGeometry height="30" width="190" y="210" as="geometry" />
        </mxCell>
        <mxCell id="N5nYl-CnnqvbXy01Apbg-125" parent="N5nYl-CnnqvbXy01Apbg-124" style="shape=partialRectangle;connectable=0;fillColor=none;top=0;left=0;bottom=0;right=0;editable=1;overflow=hidden;whiteSpace=wrap;html=1;" value="" vertex="1">
          <mxGeometry height="30" width="30" as="geometry">
            <mxRectangle height="30" width="30" as="alternateBounds" />
          </mxGeometry>
        </mxCell>
        <mxCell id="N5nYl-CnnqvbXy01Apbg-126" parent="N5nYl-CnnqvbXy01Apbg-124" style="shape=partialRectangle;connectable=0;fillColor=none;top=0;left=0;bottom=0;right=0;align=left;spacingLeft=6;overflow=hidden;whiteSpace=wrap;html=1;" value="yellow_card: INT" vertex="1">
          <mxGeometry height="30" width="160" x="30" as="geometry">
            <mxRectangle height="30" width="160" as="alternateBounds" />
          </mxGeometry>
        </mxCell>
        <mxCell id="N5nYl-CnnqvbXy01Apbg-127" edge="1" parent="1" source="N5nYl-CnnqvbXy01Apbg-111" style="fontSize=12;html=1;endArrow=ERoneToMany;rounded=0;entryX=1.001;entryY=0.063;entryDx=0;entryDy=0;exitX=0;exitY=0.5;exitDx=0;exitDy=0;entryPerimeter=0;edgeStyle=orthogonalEdgeStyle;" target="N5nYl-CnnqvbXy01Apbg-114" value="">
          <mxGeometry height="100" relative="1" width="100" as="geometry">
            <mxPoint x="640" y="390" as="sourcePoint" />
            <mxPoint x="550" y="140" as="targetPoint" />
          </mxGeometry>
        </mxCell>
        <mxCell id="N5nYl-CnnqvbXy01Apbg-128" edge="1" parent="1" source="N5nYl-CnnqvbXy01Apbg-14" style="fontSize=12;html=1;endArrow=ERoneToMany;rounded=0;exitX=0.996;exitY=0.37;exitDx=0;exitDy=0;entryX=0;entryY=0.5;entryDx=0;entryDy=0;exitPerimeter=0;" target="N5nYl-CnnqvbXy01Apbg-115" value="">
          <mxGeometry height="100" relative="1" width="100" as="geometry">
            <mxPoint x="450" y="482" as="sourcePoint" />
            <mxPoint x="200" y="340" as="targetPoint" />
          </mxGeometry>
        </mxCell>
        <mxCell id="N5nYl-CnnqvbXy01Apbg-141" parent="1" style="shape=table;startSize=30;container=1;collapsible=1;childLayout=tableLayout;fixedRows=1;rowLines=0;fontStyle=1;align=center;resizeLast=1;html=1;" value="Coaches" vertex="1">
          <mxGeometry height="130" width="180" x="570" y="-230" as="geometry" />
        </mxCell>
        <mxCell id="N5nYl-CnnqvbXy01Apbg-142" parent="N5nYl-CnnqvbXy01Apbg-141" style="shape=tableRow;horizontal=0;startSize=0;swimlaneHead=0;swimlaneBody=0;fillColor=none;collapsible=0;dropTarget=0;points=[[0,0.5],[1,0.5]];portConstraint=eastwest;top=0;left=0;right=0;bottom=1;" value="" vertex="1">
          <mxGeometry height="30" width="180" y="30" as="geometry" />
        </mxCell>
        <mxCell id="N5nYl-CnnqvbXy01Apbg-143" parent="N5nYl-CnnqvbXy01Apbg-142" style="shape=partialRectangle;connectable=0;fillColor=none;top=0;left=0;bottom=0;right=0;fontStyle=1;overflow=hidden;whiteSpace=wrap;html=1;" value="PK" vertex="1">
          <mxGeometry height="30" width="30" as="geometry">
            <mxRectangle height="30" width="30" as="alternateBounds" />
          </mxGeometry>
        </mxCell>
        <mxCell id="N5nYl-CnnqvbXy01Apbg-144" parent="N5nYl-CnnqvbXy01Apbg-142" style="shape=partialRectangle;connectable=0;fillColor=none;top=0;left=0;bottom=0;right=0;align=left;spacingLeft=6;fontStyle=5;overflow=hidden;whiteSpace=wrap;html=1;" value="id_coach: INT autoinc" vertex="1">
          <mxGeometry height="30" width="150" x="30" as="geometry">
            <mxRectangle height="30" width="150" as="alternateBounds" />
          </mxGeometry>
        </mxCell>
        <mxCell id="N5nYl-CnnqvbXy01Apbg-145" parent="N5nYl-CnnqvbXy01Apbg-141" style="shape=tableRow;horizontal=0;startSize=0;swimlaneHead=0;swimlaneBody=0;fillColor=none;collapsible=0;dropTarget=0;points=[[0,0.5],[1,0.5]];portConstraint=eastwest;top=0;left=0;right=0;bottom=0;" value="" vertex="1">
          <mxGeometry height="30" width="180" y="60" as="geometry" />
        </mxCell>
        <mxCell id="N5nYl-CnnqvbXy01Apbg-146" parent="N5nYl-CnnqvbXy01Apbg-145" style="shape=partialRectangle;connectable=0;fillColor=none;top=0;left=0;bottom=0;right=0;editable=1;overflow=hidden;whiteSpace=wrap;html=1;" value="" vertex="1">
          <mxGeometry height="30" width="30" as="geometry">
            <mxRectangle height="30" width="30" as="alternateBounds" />
          </mxGeometry>
        </mxCell>
        <mxCell id="N5nYl-CnnqvbXy01Apbg-147" parent="N5nYl-CnnqvbXy01Apbg-145" style="shape=partialRectangle;connectable=0;fillColor=none;top=0;left=0;bottom=0;right=0;align=left;spacingLeft=6;overflow=hidden;whiteSpace=wrap;html=1;" value="name: VARCHAR" vertex="1">
          <mxGeometry height="30" width="150" x="30" as="geometry">
            <mxRectangle height="30" width="150" as="alternateBounds" />
          </mxGeometry>
        </mxCell>
        <mxCell id="N5nYl-CnnqvbXy01Apbg-154" parent="N5nYl-CnnqvbXy01Apbg-141" style="shape=tableRow;horizontal=0;startSize=0;swimlaneHead=0;swimlaneBody=0;fillColor=none;collapsible=0;dropTarget=0;points=[[0,0.5],[1,0.5]];portConstraint=eastwest;top=0;left=0;right=0;bottom=0;" value="" vertex="1">
          <mxGeometry height="40" width="180" y="90" as="geometry" />
        </mxCell>
        <mxCell id="N5nYl-CnnqvbXy01Apbg-155" parent="N5nYl-CnnqvbXy01Apbg-154" style="shape=partialRectangle;connectable=0;fillColor=none;top=0;left=0;bottom=0;right=0;editable=1;overflow=hidden;whiteSpace=wrap;html=1;" value="" vertex="1">
          <mxGeometry height="40" width="30" as="geometry">
            <mxRectangle height="40" width="30" as="alternateBounds" />
          </mxGeometry>
        </mxCell>
        <mxCell id="N5nYl-CnnqvbXy01Apbg-156" parent="N5nYl-CnnqvbXy01Apbg-154" style="shape=partialRectangle;connectable=0;fillColor=none;top=0;left=0;bottom=0;right=0;align=left;spacingLeft=6;overflow=hidden;whiteSpace=wrap;html=1;" value="" vertex="1">
          <mxGeometry height="40" width="150" x="30" as="geometry">
            <mxRectangle height="40" width="150" as="alternateBounds" />
          </mxGeometry>
        </mxCell>
        <mxCell id="COtlChf4i6fM39Zu02sT-1" parent="1" style="shape=table;startSize=30;container=1;collapsible=1;childLayout=tableLayout;fixedRows=1;rowLines=0;fontStyle=1;align=center;resizeLast=1;html=1;" value="Coaches_x_teams" vertex="1">
          <mxGeometry height="220" width="240" x="295" y="-230" as="geometry" />
        </mxCell>
        <mxCell id="COtlChf4i6fM39Zu02sT-2" parent="COtlChf4i6fM39Zu02sT-1" style="shape=tableRow;horizontal=0;startSize=0;swimlaneHead=0;swimlaneBody=0;fillColor=none;collapsible=0;dropTarget=0;points=[[0,0.5],[1,0.5]];portConstraint=eastwest;top=0;left=0;right=0;bottom=1;" value="" vertex="1">
          <mxGeometry height="30" width="240" y="30" as="geometry" />
        </mxCell>
        <mxCell id="COtlChf4i6fM39Zu02sT-3" parent="COtlChf4i6fM39Zu02sT-2" style="shape=partialRectangle;connectable=0;fillColor=none;top=0;left=0;bottom=0;right=0;fontStyle=1;overflow=hidden;whiteSpace=wrap;html=1;" value="PK" vertex="1">
          <mxGeometry height="30" width="30" as="geometry">
            <mxRectangle height="30" width="30" as="alternateBounds" />
          </mxGeometry>
        </mxCell>
        <mxCell id="COtlChf4i6fM39Zu02sT-4" parent="COtlChf4i6fM39Zu02sT-2" style="shape=partialRectangle;connectable=0;fillColor=none;top=0;left=0;bottom=0;right=0;align=left;spacingLeft=6;fontStyle=5;overflow=hidden;whiteSpace=wrap;html=1;" value="id_coaches_x_team: INT autoinc" vertex="1">
          <mxGeometry height="30" width="210" x="30" as="geometry">
            <mxRectangle height="30" width="210" as="alternateBounds" />
          </mxGeometry>
        </mxCell>
        <mxCell id="COtlChf4i6fM39Zu02sT-8" parent="COtlChf4i6fM39Zu02sT-1" style="shape=tableRow;horizontal=0;startSize=0;swimlaneHead=0;swimlaneBody=0;fillColor=none;collapsible=0;dropTarget=0;points=[[0,0.5],[1,0.5]];portConstraint=eastwest;top=0;left=0;right=0;bottom=0;" value="" vertex="1">
          <mxGeometry height="40" width="240" y="60" as="geometry" />
        </mxCell>
        <mxCell id="COtlChf4i6fM39Zu02sT-9" parent="COtlChf4i6fM39Zu02sT-8" style="shape=partialRectangle;connectable=0;fillColor=none;top=0;left=0;bottom=0;right=0;editable=1;overflow=hidden;whiteSpace=wrap;html=1;" value="FK" vertex="1">
          <mxGeometry height="40" width="30" as="geometry">
            <mxRectangle height="40" width="30" as="alternateBounds" />
          </mxGeometry>
        </mxCell>
        <mxCell id="COtlChf4i6fM39Zu02sT-10" parent="COtlChf4i6fM39Zu02sT-8" style="shape=partialRectangle;connectable=0;fillColor=none;top=0;left=0;bottom=0;right=0;align=left;spacingLeft=6;overflow=hidden;whiteSpace=wrap;html=1;" value="id_team" vertex="1">
          <mxGeometry height="40" width="210" x="30" as="geometry">
            <mxRectangle height="40" width="210" as="alternateBounds" />
          </mxGeometry>
        </mxCell>
        <mxCell id="COtlChf4i6fM39Zu02sT-17" parent="COtlChf4i6fM39Zu02sT-1" style="shape=tableRow;horizontal=0;startSize=0;swimlaneHead=0;swimlaneBody=0;fillColor=none;collapsible=0;dropTarget=0;points=[[0,0.5],[1,0.5]];portConstraint=eastwest;top=0;left=0;right=0;bottom=0;" value="" vertex="1">
          <mxGeometry height="40" width="240" y="100" as="geometry" />
        </mxCell>
        <mxCell id="COtlChf4i6fM39Zu02sT-18" parent="COtlChf4i6fM39Zu02sT-17" style="shape=partialRectangle;connectable=0;fillColor=none;top=0;left=0;bottom=0;right=0;editable=1;overflow=hidden;whiteSpace=wrap;html=1;" value="FK" vertex="1">
          <mxGeometry height="40" width="30" as="geometry">
            <mxRectangle height="40" width="30" as="alternateBounds" />
          </mxGeometry>
        </mxCell>
        <mxCell id="COtlChf4i6fM39Zu02sT-19" parent="COtlChf4i6fM39Zu02sT-17" style="shape=partialRectangle;connectable=0;fillColor=none;top=0;left=0;bottom=0;right=0;align=left;spacingLeft=6;overflow=hidden;whiteSpace=wrap;html=1;" value="id_coach" vertex="1">
          <mxGeometry height="40" width="210" x="30" as="geometry">
            <mxRectangle height="40" width="210" as="alternateBounds" />
          </mxGeometry>
        </mxCell>
        <mxCell id="COtlChf4i6fM39Zu02sT-14" parent="COtlChf4i6fM39Zu02sT-1" style="shape=tableRow;horizontal=0;startSize=0;swimlaneHead=0;swimlaneBody=0;fillColor=none;collapsible=0;dropTarget=0;points=[[0,0.5],[1,0.5]];portConstraint=eastwest;top=0;left=0;right=0;bottom=0;" value="" vertex="1">
          <mxGeometry height="40" width="240" y="140" as="geometry" />
        </mxCell>
        <mxCell id="COtlChf4i6fM39Zu02sT-15" parent="COtlChf4i6fM39Zu02sT-14" style="shape=partialRectangle;connectable=0;fillColor=none;top=0;left=0;bottom=0;right=0;editable=1;overflow=hidden;whiteSpace=wrap;html=1;" value="" vertex="1">
          <mxGeometry height="40" width="30" as="geometry">
            <mxRectangle height="40" width="30" as="alternateBounds" />
          </mxGeometry>
        </mxCell>
        <mxCell id="COtlChf4i6fM39Zu02sT-16" parent="COtlChf4i6fM39Zu02sT-14" style="shape=partialRectangle;connectable=0;fillColor=none;top=0;left=0;bottom=0;right=0;align=left;spacingLeft=6;overflow=hidden;whiteSpace=wrap;html=1;" value="active: BOOL" vertex="1">
          <mxGeometry height="40" width="210" x="30" as="geometry">
            <mxRectangle height="40" width="210" as="alternateBounds" />
          </mxGeometry>
        </mxCell>
        <mxCell id="COtlChf4i6fM39Zu02sT-11" parent="COtlChf4i6fM39Zu02sT-1" style="shape=tableRow;horizontal=0;startSize=0;swimlaneHead=0;swimlaneBody=0;fillColor=none;collapsible=0;dropTarget=0;points=[[0,0.5],[1,0.5]];portConstraint=eastwest;top=0;left=0;right=0;bottom=0;" value="" vertex="1">
          <mxGeometry height="40" width="240" y="180" as="geometry" />
        </mxCell>
        <mxCell id="COtlChf4i6fM39Zu02sT-12" parent="COtlChf4i6fM39Zu02sT-11" style="shape=partialRectangle;connectable=0;fillColor=none;top=0;left=0;bottom=0;right=0;editable=1;overflow=hidden;whiteSpace=wrap;html=1;" value="" vertex="1">
          <mxGeometry height="40" width="30" as="geometry">
            <mxRectangle height="40" width="30" as="alternateBounds" />
          </mxGeometry>
        </mxCell>
        <mxCell id="COtlChf4i6fM39Zu02sT-13" parent="COtlChf4i6fM39Zu02sT-11" style="shape=partialRectangle;connectable=0;fillColor=none;top=0;left=0;bottom=0;right=0;align=left;spacingLeft=6;overflow=hidden;whiteSpace=wrap;html=1;" value="" vertex="1">
          <mxGeometry height="40" width="210" x="30" as="geometry">
            <mxRectangle height="40" width="210" as="alternateBounds" />
          </mxGeometry>
        </mxCell>
        <mxCell id="COtlChf4i6fM39Zu02sT-25" edge="1" parent="1" source="N5nYl-CnnqvbXy01Apbg-17" style="fontSize=12;html=1;endArrow=ERoneToMany;rounded=0;entryX=0.372;entryY=0.993;entryDx=0;entryDy=0;entryPerimeter=0;exitX=0.5;exitY=0;exitDx=0;exitDy=0;" target="COtlChf4i6fM39Zu02sT-11" value="">
          <mxGeometry height="100" relative="1" width="100" as="geometry">
            <Array as="points" />
            <mxPoint x="340" y="-10" as="sourcePoint" />
            <mxPoint x="290" y="-70" as="targetPoint" />
          </mxGeometry>
        </mxCell>
        <mxCell id="COtlChf4i6fM39Zu02sT-26" edge="1" parent="1" source="N5nYl-CnnqvbXy01Apbg-142" style="fontSize=12;html=1;endArrow=ERoneToMany;rounded=0;entryX=1;entryY=0.5;entryDx=0;entryDy=0;exitX=0;exitY=0.5;exitDx=0;exitDy=0;" target="COtlChf4i6fM39Zu02sT-2" value="">
          <mxGeometry height="100" relative="1" width="100" as="geometry">
            <Array as="points" />
            <mxPoint x="560" y="-90.00000000000023" as="sourcePoint" />
            <mxPoint x="645" y="-80.00000000000023" as="targetPoint" />
          </mxGeometry>
        </mxCell>
        <mxCell id="COtlChf4i6fM39Zu02sT-27" parent="1" style="shape=table;startSize=30;container=1;collapsible=1;childLayout=tableLayout;fixedRows=1;rowLines=0;fontStyle=1;align=center;resizeLast=1;html=1;" value="Players_x_teams" vertex="1">
          <mxGeometry height="220" width="240" x="10" y="-140" as="geometry" />
        </mxCell>
        <mxCell id="COtlChf4i6fM39Zu02sT-28" parent="COtlChf4i6fM39Zu02sT-27" style="shape=tableRow;horizontal=0;startSize=0;swimlaneHead=0;swimlaneBody=0;fillColor=none;collapsible=0;dropTarget=0;points=[[0,0.5],[1,0.5]];portConstraint=eastwest;top=0;left=0;right=0;bottom=1;" value="" vertex="1">
          <mxGeometry height="30" width="240" y="30" as="geometry" />
        </mxCell>
        <mxCell id="COtlChf4i6fM39Zu02sT-29" parent="COtlChf4i6fM39Zu02sT-28" style="shape=partialRectangle;connectable=0;fillColor=none;top=0;left=0;bottom=0;right=0;fontStyle=1;overflow=hidden;whiteSpace=wrap;html=1;" value="PK" vertex="1">
          <mxGeometry height="30" width="30" as="geometry">
            <mxRectangle height="30" width="30" as="alternateBounds" />
          </mxGeometry>
        </mxCell>
        <mxCell id="COtlChf4i6fM39Zu02sT-30" parent="COtlChf4i6fM39Zu02sT-28" style="shape=partialRectangle;connectable=0;fillColor=none;top=0;left=0;bottom=0;right=0;align=left;spacingLeft=6;fontStyle=5;overflow=hidden;whiteSpace=wrap;html=1;" value="id_players_x_team: INT autoinc" vertex="1">
          <mxGeometry height="30" width="210" x="30" as="geometry">
            <mxRectangle height="30" width="210" as="alternateBounds" />
          </mxGeometry>
        </mxCell>
        <mxCell id="COtlChf4i6fM39Zu02sT-31" parent="COtlChf4i6fM39Zu02sT-27" style="shape=tableRow;horizontal=0;startSize=0;swimlaneHead=0;swimlaneBody=0;fillColor=none;collapsible=0;dropTarget=0;points=[[0,0.5],[1,0.5]];portConstraint=eastwest;top=0;left=0;right=0;bottom=0;" value="" vertex="1">
          <mxGeometry height="40" width="240" y="60" as="geometry" />
        </mxCell>
        <mxCell id="COtlChf4i6fM39Zu02sT-32" parent="COtlChf4i6fM39Zu02sT-31" style="shape=partialRectangle;connectable=0;fillColor=none;top=0;left=0;bottom=0;right=0;editable=1;overflow=hidden;whiteSpace=wrap;html=1;" value="FK" vertex="1">
          <mxGeometry height="40" width="30" as="geometry">
            <mxRectangle height="40" width="30" as="alternateBounds" />
          </mxGeometry>
        </mxCell>
        <mxCell id="COtlChf4i6fM39Zu02sT-33" parent="COtlChf4i6fM39Zu02sT-31" style="shape=partialRectangle;connectable=0;fillColor=none;top=0;left=0;bottom=0;right=0;align=left;spacingLeft=6;overflow=hidden;whiteSpace=wrap;html=1;" value="id_team" vertex="1">
          <mxGeometry height="40" width="210" x="30" as="geometry">
            <mxRectangle height="40" width="210" as="alternateBounds" />
          </mxGeometry>
        </mxCell>
        <mxCell id="COtlChf4i6fM39Zu02sT-34" parent="COtlChf4i6fM39Zu02sT-27" style="shape=tableRow;horizontal=0;startSize=0;swimlaneHead=0;swimlaneBody=0;fillColor=none;collapsible=0;dropTarget=0;points=[[0,0.5],[1,0.5]];portConstraint=eastwest;top=0;left=0;right=0;bottom=0;" value="" vertex="1">
          <mxGeometry height="40" width="240" y="100" as="geometry" />
        </mxCell>
        <mxCell id="COtlChf4i6fM39Zu02sT-35" parent="COtlChf4i6fM39Zu02sT-34" style="shape=partialRectangle;connectable=0;fillColor=none;top=0;left=0;bottom=0;right=0;editable=1;overflow=hidden;whiteSpace=wrap;html=1;" value="FK" vertex="1">
          <mxGeometry height="40" width="30" as="geometry">
            <mxRectangle height="40" width="30" as="alternateBounds" />
          </mxGeometry>
        </mxCell>
        <mxCell id="COtlChf4i6fM39Zu02sT-36" parent="COtlChf4i6fM39Zu02sT-34" style="shape=partialRectangle;connectable=0;fillColor=none;top=0;left=0;bottom=0;right=0;align=left;spacingLeft=6;overflow=hidden;whiteSpace=wrap;html=1;" value="id_player" vertex="1">
          <mxGeometry height="40" width="210" x="30" as="geometry">
            <mxRectangle height="40" width="210" as="alternateBounds" />
          </mxGeometry>
        </mxCell>
        <mxCell id="COtlChf4i6fM39Zu02sT-37" parent="COtlChf4i6fM39Zu02sT-27" style="shape=tableRow;horizontal=0;startSize=0;swimlaneHead=0;swimlaneBody=0;fillColor=none;collapsible=0;dropTarget=0;points=[[0,0.5],[1,0.5]];portConstraint=eastwest;top=0;left=0;right=0;bottom=0;" value="" vertex="1">
          <mxGeometry height="40" width="240" y="140" as="geometry" />
        </mxCell>
        <mxCell id="COtlChf4i6fM39Zu02sT-38" parent="COtlChf4i6fM39Zu02sT-37" style="shape=partialRectangle;connectable=0;fillColor=none;top=0;left=0;bottom=0;right=0;editable=1;overflow=hidden;whiteSpace=wrap;html=1;" value="" vertex="1">
          <mxGeometry height="40" width="30" as="geometry">
            <mxRectangle height="40" width="30" as="alternateBounds" />
          </mxGeometry>
        </mxCell>
        <mxCell id="COtlChf4i6fM39Zu02sT-39" parent="COtlChf4i6fM39Zu02sT-37" style="shape=partialRectangle;connectable=0;fillColor=none;top=0;left=0;bottom=0;right=0;align=left;spacingLeft=6;overflow=hidden;whiteSpace=wrap;html=1;" value="active: BOOL" vertex="1">
          <mxGeometry height="40" width="210" x="30" as="geometry">
            <mxRectangle height="40" width="210" as="alternateBounds" />
          </mxGeometry>
        </mxCell>
        <mxCell id="COtlChf4i6fM39Zu02sT-40" parent="COtlChf4i6fM39Zu02sT-27" style="shape=tableRow;horizontal=0;startSize=0;swimlaneHead=0;swimlaneBody=0;fillColor=none;collapsible=0;dropTarget=0;points=[[0,0.5],[1,0.5]];portConstraint=eastwest;top=0;left=0;right=0;bottom=0;" value="" vertex="1">
          <mxGeometry height="40" width="240" y="180" as="geometry" />
        </mxCell>
        <mxCell id="COtlChf4i6fM39Zu02sT-41" parent="COtlChf4i6fM39Zu02sT-40" style="shape=partialRectangle;connectable=0;fillColor=none;top=0;left=0;bottom=0;right=0;editable=1;overflow=hidden;whiteSpace=wrap;html=1;" value="" vertex="1">
          <mxGeometry height="40" width="30" as="geometry">
            <mxRectangle height="40" width="30" as="alternateBounds" />
          </mxGeometry>
        </mxCell>
        <mxCell id="COtlChf4i6fM39Zu02sT-42" parent="COtlChf4i6fM39Zu02sT-40" style="shape=partialRectangle;connectable=0;fillColor=none;top=0;left=0;bottom=0;right=0;align=left;spacingLeft=6;overflow=hidden;whiteSpace=wrap;html=1;" value="" vertex="1">
          <mxGeometry height="40" width="210" x="30" as="geometry">
            <mxRectangle height="40" width="210" as="alternateBounds" />
          </mxGeometry>
        </mxCell>
        <mxCell id="COtlChf4i6fM39Zu02sT-43" edge="1" parent="1" source="N5nYl-CnnqvbXy01Apbg-18" style="fontSize=12;html=1;endArrow=ERoneToMany;rounded=0;entryX=1;entryY=0.5;entryDx=0;entryDy=0;exitX=0.001;exitY=0.002;exitDx=0;exitDy=0;exitPerimeter=0;" target="COtlChf4i6fM39Zu02sT-40" value="">
          <mxGeometry height="100" relative="1" width="100" as="geometry">
            <Array as="points" />
            <mxPoint x="253" y="100" as="sourcePoint" />
            <mxPoint x="250" y="20" as="targetPoint" />
          </mxGeometry>
        </mxCell>
        <mxCell id="COtlChf4i6fM39Zu02sT-44" edge="1" parent="1" source="N5nYl-CnnqvbXy01Apbg-4" style="fontSize=12;html=1;endArrow=ERoneToMany;rounded=0;exitX=0.488;exitY=0;exitDx=0;exitDy=0;exitPerimeter=0;" value="">
          <mxGeometry height="100" relative="1" width="100" as="geometry">
            <Array as="points" />
            <mxPoint x="220" y="108" as="sourcePoint" />
            <mxPoint x="98" y="80" as="targetPoint" />
          </mxGeometry>
        </mxCell>
        <mxCell id="COtlChf4i6fM39Zu02sT-46" edge="1" parent="1" source="N5nYl-CnnqvbXy01Apbg-27" style="fontSize=12;html=1;endArrow=ERoneToMany;rounded=0;exitX=1;exitY=0.5;exitDx=0;exitDy=0;entryX=0;entryY=0.5;entryDx=0;entryDy=0;" target="N5nYl-CnnqvbXy01Apbg-37" value="">
          <mxGeometry height="100" relative="1" width="100" as="geometry">
            <mxPoint x="475" y="160" as="sourcePoint" />
            <mxPoint x="540" y="200" as="targetPoint" />
          </mxGeometry>
        </mxCell>
        <mxCell id="COtlChf4i6fM39Zu02sT-47" parent="1" style="shape=table;startSize=30;container=1;collapsible=1;childLayout=tableLayout;fixedRows=1;rowLines=0;fontStyle=1;align=center;resizeLast=1;html=1;" value="Seasons" vertex="1">
-           <mxGeometry height="180" width="180" x="560" y="330" as="geometry" />
+           <mxGeometry height="150" width="180" x="560" y="330" as="geometry" />
        </mxCell>
        <mxCell id="COtlChf4i6fM39Zu02sT-48" parent="COtlChf4i6fM39Zu02sT-47" style="shape=tableRow;horizontal=0;startSize=0;swimlaneHead=0;swimlaneBody=0;fillColor=none;collapsible=0;dropTarget=0;points=[[0,0.5],[1,0.5]];portConstraint=eastwest;top=0;left=0;right=0;bottom=1;" value="" vertex="1">
          <mxGeometry height="30" width="180" y="30" as="geometry" />
        </mxCell>
        <mxCell id="COtlChf4i6fM39Zu02sT-49" parent="COtlChf4i6fM39Zu02sT-48" style="shape=partialRectangle;connectable=0;fillColor=none;top=0;left=0;bottom=0;right=0;fontStyle=1;overflow=hidden;whiteSpace=wrap;html=1;" value="PK" vertex="1">
          <mxGeometry height="30" width="30" as="geometry">
            <mxRectangle height="30" width="30" as="alternateBounds" />
          </mxGeometry>
        </mxCell>
        <mxCell id="COtlChf4i6fM39Zu02sT-50" parent="COtlChf4i6fM39Zu02sT-48" style="shape=partialRectangle;connectable=0;fillColor=none;top=0;left=0;bottom=0;right=0;align=left;spacingLeft=6;fontStyle=5;overflow=hidden;whiteSpace=wrap;html=1;" value="id_season: INT autoinc" vertex="1">
          <mxGeometry height="30" width="150" x="30" as="geometry">
            <mxRectangle height="30" width="150" as="alternateBounds" />
          </mxGeometry>
        </mxCell>
-         <mxCell id="COtlChf4i6fM39Zu02sT-51" parent="COtlChf4i6fM39Zu02sT-47" style="shape=tableRow;horizontal=0;startSize=0;swimlaneHead=0;swimlaneBody=0;fillColor=none;collapsible=0;dropTarget=0;points=[[0,0.5],[1,0.5]];portConstraint=eastwest;top=0;left=0;right=0;bottom=0;" value="" vertex="1">
+         <mxCell id="COtlChf4i6fM39Zu02sT-64" parent="COtlChf4i6fM39Zu02sT-47" style="shape=tableRow;horizontal=0;startSize=0;swimlaneHead=0;swimlaneBody=0;fillColor=none;collapsible=0;dropTarget=0;points=[[0,0.5],[1,0.5]];portConstraint=eastwest;top=0;left=0;right=0;bottom=0;" value="" vertex="1">
          <mxGeometry height="30" width="180" y="60" as="geometry" />
        </mxCell>
-         <mxCell id="COtlChf4i6fM39Zu02sT-52" parent="COtlChf4i6fM39Zu02sT-51" style="shape=partialRectangle;connectable=0;fillColor=none;top=0;left=0;bottom=0;right=0;editable=1;overflow=hidden;whiteSpace=wrap;html=1;" value="FK" vertex="1">
-           <mxGeometry height="30" width="30" as="geometry">
-             <mxRectangle height="30" width="30" as="alternateBounds" />
-           </mxGeometry>
-         </mxCell>
-         <mxCell id="COtlChf4i6fM39Zu02sT-53" parent="COtlChf4i6fM39Zu02sT-51" style="shape=partialRectangle;connectable=0;fillColor=none;top=0;left=0;bottom=0;right=0;align=left;spacingLeft=6;overflow=hidden;whiteSpace=wrap;html=1;" value="id_match" vertex="1">
-           <mxGeometry height="30" width="150" x="30" as="geometry">
-             <mxRectangle height="30" width="150" as="alternateBounds" />
-           </mxGeometry>
-         </mxCell>
-         <mxCell id="COtlChf4i6fM39Zu02sT-64" parent="COtlChf4i6fM39Zu02sT-47" style="shape=tableRow;horizontal=0;startSize=0;swimlaneHead=0;swimlaneBody=0;fillColor=none;collapsible=0;dropTarget=0;points=[[0,0.5],[1,0.5]];portConstraint=eastwest;top=0;left=0;right=0;bottom=0;" value="" vertex="1">
+         <mxCell id="COtlChf4i6fM39Zu02sT-65" parent="COtlChf4i6fM39Zu02sT-64" style="shape=partialRectangle;connectable=0;fillColor=none;top=0;left=0;bottom=0;right=0;editable=1;overflow=hidden;whiteSpace=wrap;html=1;" value="" vertex="1">
+           <mxGeometry height="30" width="30" as="geometry">
+             <mxRectangle height="30" width="30" as="alternateBounds" />
+           </mxGeometry>
+         </mxCell>
+         <mxCell id="COtlChf4i6fM39Zu02sT-66" parent="COtlChf4i6fM39Zu02sT-64" style="shape=partialRectangle;connectable=0;fillColor=none;top=0;left=0;bottom=0;right=0;align=left;spacingLeft=6;overflow=hidden;whiteSpace=wrap;html=1;" value="name: VARCHAR" vertex="1">
+           <mxGeometry height="30" width="150" x="30" as="geometry">
+             <mxRectangle height="30" width="150" as="alternateBounds" />
+           </mxGeometry>
+         </mxCell>
+         <mxCell id="COtlChf4i6fM39Zu02sT-60" parent="COtlChf4i6fM39Zu02sT-47" style="shape=tableRow;horizontal=0;startSize=0;swimlaneHead=0;swimlaneBody=0;fillColor=none;collapsible=0;dropTarget=0;points=[[0,0.5],[1,0.5]];portConstraint=eastwest;top=0;left=0;right=0;bottom=0;" value="" vertex="1">
          <mxGeometry height="30" width="180" y="90" as="geometry" />
        </mxCell>
-         <mxCell id="COtlChf4i6fM39Zu02sT-65" parent="COtlChf4i6fM39Zu02sT-64" style="shape=partialRectangle;connectable=0;fillColor=none;top=0;left=0;bottom=0;right=0;editable=1;overflow=hidden;whiteSpace=wrap;html=1;" value="" vertex="1">
-           <mxGeometry height="30" width="30" as="geometry">
-             <mxRectangle height="30" width="30" as="alternateBounds" />
-           </mxGeometry>
-         </mxCell>
-         <mxCell id="COtlChf4i6fM39Zu02sT-66" parent="COtlChf4i6fM39Zu02sT-64" style="shape=partialRectangle;connectable=0;fillColor=none;top=0;left=0;bottom=0;right=0;align=left;spacingLeft=6;overflow=hidden;whiteSpace=wrap;html=1;" value="name: VARCHAR" vertex="1">
-           <mxGeometry height="30" width="150" x="30" as="geometry">
-             <mxRectangle height="30" width="150" as="alternateBounds" />
-           </mxGeometry>
-         </mxCell>
-         <mxCell id="COtlChf4i6fM39Zu02sT-60" parent="COtlChf4i6fM39Zu02sT-47" style="shape=tableRow;horizontal=0;startSize=0;swimlaneHead=0;swimlaneBody=0;fillColor=none;collapsible=0;dropTarget=0;points=[[0,0.5],[1,0.5]];portConstraint=eastwest;top=0;left=0;right=0;bottom=0;" value="" vertex="1">
+         <mxCell id="COtlChf4i6fM39Zu02sT-61" parent="COtlChf4i6fM39Zu02sT-60" style="shape=partialRectangle;connectable=0;fillColor=none;top=0;left=0;bottom=0;right=0;editable=1;overflow=hidden;whiteSpace=wrap;html=1;" value="" vertex="1">
+           <mxGeometry height="30" width="30" as="geometry">
+             <mxRectangle height="30" width="30" as="alternateBounds" />
+           </mxGeometry>
+         </mxCell>
+         <mxCell id="COtlChf4i6fM39Zu02sT-62" parent="COtlChf4i6fM39Zu02sT-60" style="shape=partialRectangle;connectable=0;fillColor=none;top=0;left=0;bottom=0;right=0;align=left;spacingLeft=6;overflow=hidden;whiteSpace=wrap;html=1;" value="year: INT" vertex="1">
+           <mxGeometry height="30" width="150" x="30" as="geometry">
+             <mxRectangle height="30" width="150" as="alternateBounds" />
+           </mxGeometry>
+         </mxCell>
+         <mxCell id="COtlChf4i6fM39Zu02sT-54" parent="COtlChf4i6fM39Zu02sT-47" style="shape=tableRow;horizontal=0;startSize=0;swimlaneHead=0;swimlaneBody=0;fillColor=none;collapsible=0;dropTarget=0;points=[[0,0.5],[1,0.5]];portConstraint=eastwest;top=0;left=0;right=0;bottom=0;" value="" vertex="1">
          <mxGeometry height="30" width="180" y="120" as="geometry" />
        </mxCell>
-         <mxCell id="COtlChf4i6fM39Zu02sT-61" parent="COtlChf4i6fM39Zu02sT-60" style="shape=partialRectangle;connectable=0;fillColor=none;top=0;left=0;bottom=0;right=0;editable=1;overflow=hidden;whiteSpace=wrap;html=1;" value="" vertex="1">
-           <mxGeometry height="30" width="30" as="geometry">
-             <mxRectangle height="30" width="30" as="alternateBounds" />
-           </mxGeometry>
-         </mxCell>
-         <mxCell id="COtlChf4i6fM39Zu02sT-62" parent="COtlChf4i6fM39Zu02sT-60" style="shape=partialRectangle;connectable=0;fillColor=none;top=0;left=0;bottom=0;right=0;align=left;spacingLeft=6;overflow=hidden;whiteSpace=wrap;html=1;" value="year: INT" vertex="1">
-           <mxGeometry height="30" width="150" x="30" as="geometry">
-             <mxRectangle height="30" width="150" as="alternateBounds" />
-           </mxGeometry>
-         </mxCell>
-         <mxCell id="COtlChf4i6fM39Zu02sT-54" parent="COtlChf4i6fM39Zu02sT-47" style="shape=tableRow;horizontal=0;startSize=0;swimlaneHead=0;swimlaneBody=0;fillColor=none;collapsible=0;dropTarget=0;points=[[0,0.5],[1,0.5]];portConstraint=eastwest;top=0;left=0;right=0;bottom=0;" value="" vertex="1">
-           <mxGeometry height="30" width="180" y="150" as="geometry" />
-         </mxCell>
        <mxCell id="COtlChf4i6fM39Zu02sT-55" parent="COtlChf4i6fM39Zu02sT-54" style="shape=partialRectangle;connectable=0;fillColor=none;top=0;left=0;bottom=0;right=0;editable=1;overflow=hidden;whiteSpace=wrap;html=1;" value="" vertex="1">
          <mxGeometry height="30" width="30" as="geometry">
            <mxRectangle height="30" width="30" as="alternateBounds" />
          </mxGeometry>
        </mxCell>
        <mxCell id="COtlChf4i6fM39Zu02sT-56" parent="COtlChf4i6fM39Zu02sT-54" style="shape=partialRectangle;connectable=0;fillColor=none;top=0;left=0;bottom=0;right=0;align=left;spacingLeft=6;overflow=hidden;whiteSpace=wrap;html=1;" value="active: BOOL" vertex="1">
          <mxGeometry height="30" width="150" x="30" as="geometry">
            <mxRectangle height="30" width="150" as="alternateBounds" />
          </mxGeometry>
        </mxCell>
-         <mxCell id="COtlChf4i6fM39Zu02sT-63" edge="1" parent="1" source="COtlChf4i6fM39Zu02sT-47" style="fontSize=12;html=1;endArrow=ERoneToMany;rounded=0;exitX=0.5;exitY=0;exitDx=0;exitDy=0;entryX=0.494;entryY=0.996;entryDx=0;entryDy=0;entryPerimeter=0;" target="N5nYl-CnnqvbXy01Apbg-111" value="">
+         <mxCell id="COtlChf4i6fM39Zu02sT-63" edge="1" parent="1" source="COtlChf4i6fM39Zu02sT-47" style="fontSize=12;html=1;endArrow=ERoneToMany;rounded=0;exitX=0.5;exitY=0;exitDx=0;exitDy=0;entryX=0.495;entryY=0.982;entryDx=0;entryDy=0;entryPerimeter=0;" target="COtlChf4i6fM39Zu02sT-73" value="">
          <mxGeometry height="100" relative="1" width="100" as="geometry">
            <mxPoint x="640" y="309" as="sourcePoint" />
            <mxPoint x="643" y="240" as="targetPoint" />
          </mxGeometry>
        </mxCell>
      </root>
    </mxGraphModel>
  </diagram>
</mxfile>
